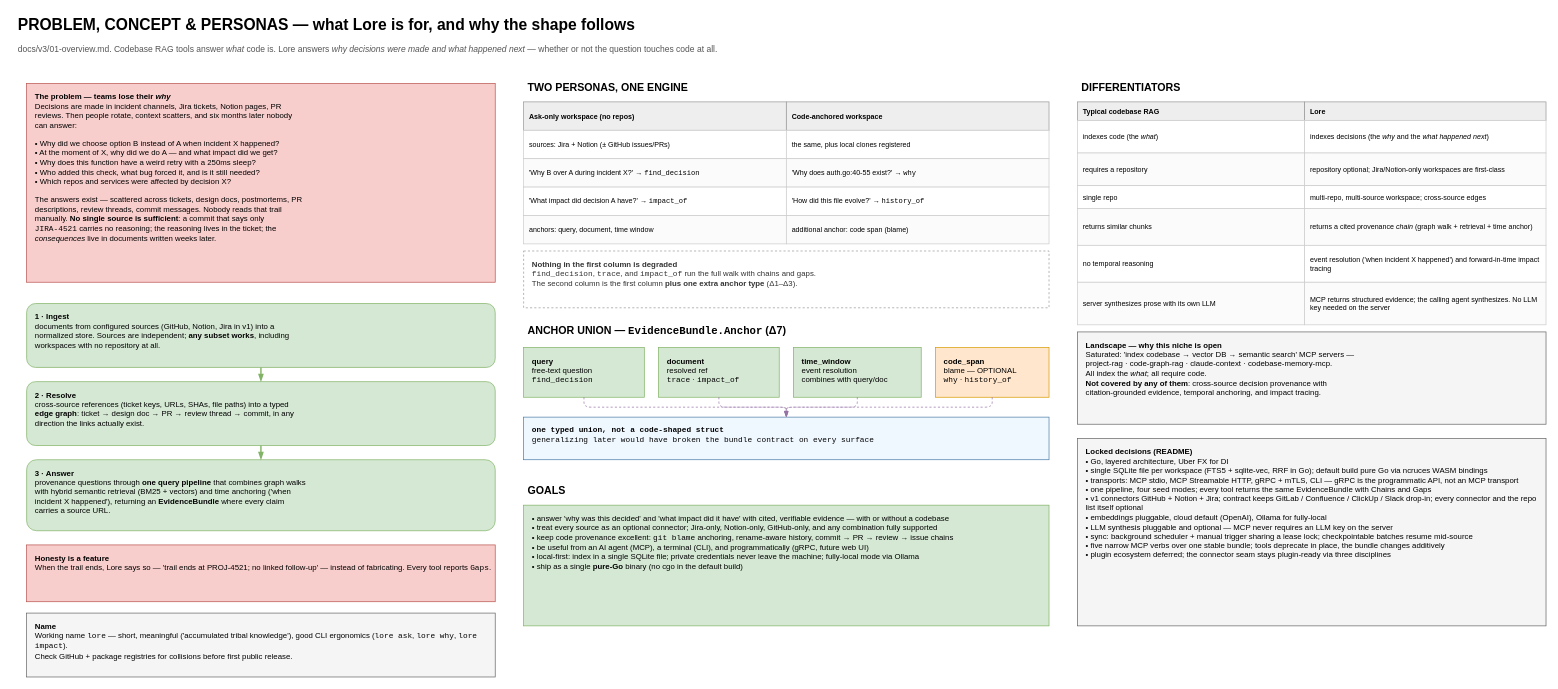
Before: page "2 · Problem & Personas" (2 of 11) of docs/v3/lore-system-design.drawio in setthasit/Lore, a draw.io diagram. Source tidied: cells renumbered, new cells numbered last; positions are measured from the earlier drawing's top-left corner, leaving out a move shared by most shapes. Both pictures are drawn from the tidied source at 71%, with x=0, y=0 at pixel (12, 12).
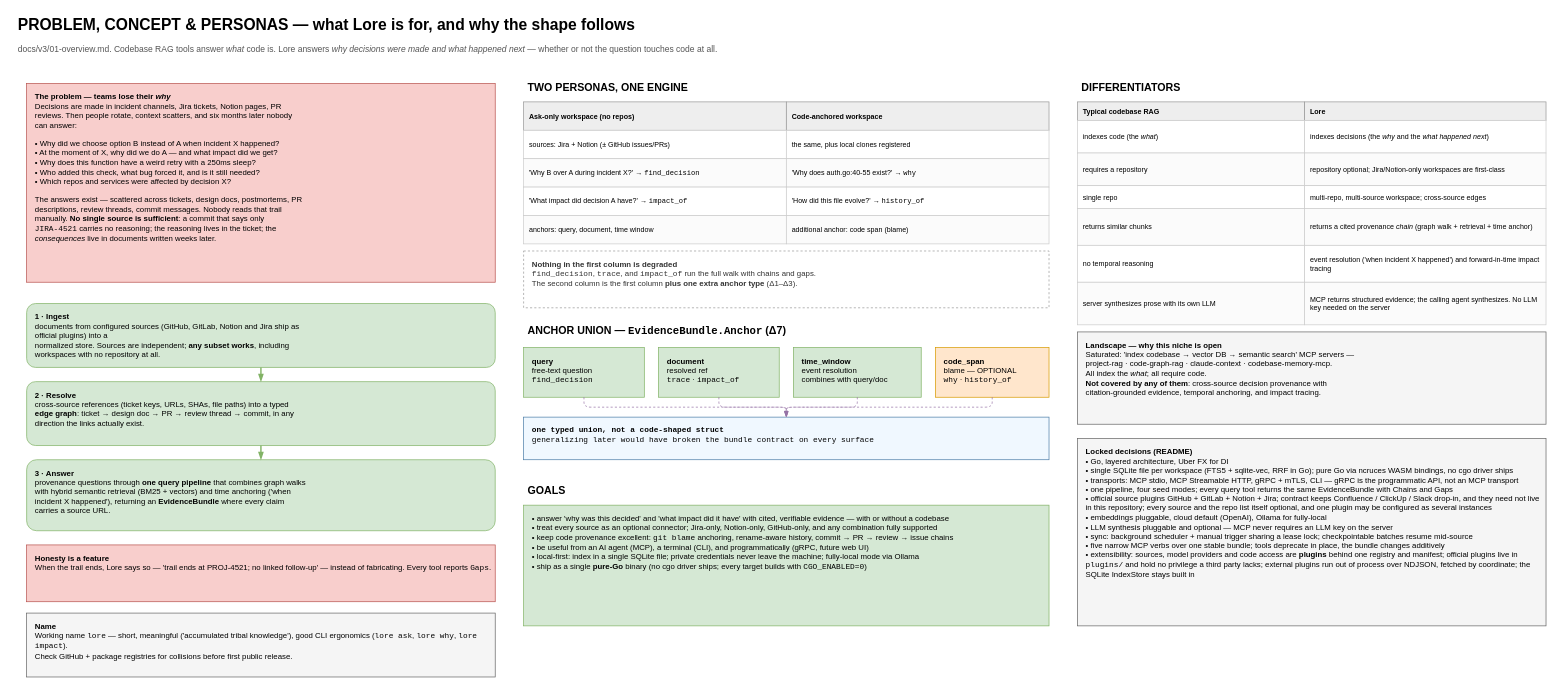
Above is the later version.

What changed in the source:
```diff
@@
-    <mxCell id="5" value="&lt;b&gt;1 · Ingest&lt;/b&gt;&lt;br&gt;documents from configured sources (GitHub, Notion, Jira in v1) into a&lt;br&gt;normalized store. Sources are independent; &lt;b&gt;any subset works&lt;/b&gt;, including&lt;br&gt;workspaces with no repository at all." style="rounded=1;arcSize=14;whiteSpace=wrap;html=1;align=left;verticalAlign=top;spacing=4;spacingLeft=8;spacingTop=4;fontSize=11;fillColor=#d5e8d4;strokeColor=#82b366;" parent="1" vertex="1">
+    <mxCell id="5" value="&lt;b&gt;1 · Ingest&lt;/b&gt;&lt;br&gt;documents from configured sources (GitHub, GitLab, Notion and Jira ship as&lt;br&gt;official plugins) into a&lt;br&gt;normalized store. Sources are independent; &lt;b&gt;any subset works&lt;/b&gt;, including&lt;br&gt;workspaces with no repository at all." style="rounded=1;arcSize=14;whiteSpace=wrap;html=1;align=left;verticalAlign=top;spacing=4;spacingLeft=8;spacingTop=4;fontSize=11;fillColor=#d5e8d4;strokeColor=#82b366;" parent="1" vertex="1">
       <mxGeometry x="20" y="410" width="660" height="90" as="geometry" />
     </mxCell>
@@
-    <mxCell id="35" value="• answer 'why was this decided' and 'what impact did it have' with cited, verifiable evidence — with or without a codebase&lt;br&gt;• treat every source as an optional connector; Jira-only, Notion-only, GitHub-only, and any combination fully supported&lt;br&gt;• keep code provenance excellent: &lt;font face='Courier New'&gt;git blame&lt;/font&gt; anchoring, rename-aware history, commit → PR → review → issue chains&lt;br&gt;• be useful from an AI agent (MCP), a terminal (CLI), and programmatically (gRPC, future web UI)&lt;br&gt;• local-first: index in a single SQLite file; private credentials never leave the machine; fully-local mode via Ollama&lt;br&gt;• ship as a single &lt;b&gt;pure-Go&lt;/b&gt; binary (no cgo in the default build)" style="rounded=0;whiteSpace=wrap;html=1;align=left;verticalAlign=top;spacing=4;spacingLeft=8;spacingTop=4;fontSize=11;fillColor=#d5e8d4;strokeColor=#82b366;" parent="1" vertex="1">
+    <mxCell id="35" value="• answer 'why was this decided' and 'what impact did it have' with cited, verifiable evidence — with or without a codebase&lt;br&gt;• treat every source as an optional connector; Jira-only, Notion-only, GitHub-only, and any combination fully supported&lt;br&gt;• keep code provenance excellent: &lt;font face='Courier New'&gt;git blame&lt;/font&gt; anchoring, rename-aware history, commit → PR → review → issue chains&lt;br&gt;• be useful from an AI agent (MCP), a terminal (CLI), and programmatically (gRPC, future web UI)&lt;br&gt;• local-first: index in a single SQLite file; private credentials never leave the machine; fully-local mode via Ollama&lt;br&gt;• ship as a single &lt;b&gt;pure-Go&lt;/b&gt; binary (no cgo driver ships; every target builds with &lt;font face='Courier New'&gt;CGO_ENABLED=0&lt;/font&gt;)" style="rounded=0;whiteSpace=wrap;html=1;align=left;verticalAlign=top;spacing=4;spacingLeft=8;spacingTop=4;fontSize=11;fillColor=#d5e8d4;strokeColor=#82b366;" parent="1" vertex="1">
       <mxGeometry x="720" y="694" width="740" height="170" as="geometry" />
     </mxCell>
@@
-    <mxCell id="52" value="&lt;b&gt;Locked decisions (README)&lt;/b&gt;&lt;br&gt;• Go, layered architecture, Uber FX for DI&lt;br&gt;• single SQLite file per workspace (FTS5 + sqlite-vec, RRF in Go); default build pure Go via ncruces WASM bindings&lt;br&gt;• transports: MCP stdio, MCP Streamable HTTP, gRPC + mTLS, CLI — gRPC is the programmatic API, not an MCP transport&lt;br&gt;• one pipeline, four seed modes; every tool returns the same EvidenceBundle with Chains and Gaps&lt;br&gt;• v1 connectors GitHub + Notion + Jira; contract keeps GitLab / Confluence / ClickUp / Slack drop-in; every connector and the repo list itself optional&lt;br&gt;• embeddings pluggable, cloud default (OpenAI), Ollama for fully-local&lt;br&gt;• LLM synthesis pluggable and optional — MCP never requires an LLM key on the server&lt;br&gt;• sync: background scheduler + manual trigger sharing a lease lock; checkpointable batches resume mid-source&lt;br&gt;• five narrow MCP verbs over one stable bundle; tools deprecate in place, the bundle changes additively&lt;br&gt;• plugin ecosystem deferred; the connector seam stays plugin-ready via three disciplines" style="rounded=0;whiteSpace=wrap;html=1;align=left;verticalAlign=top;spacing=4;spacingLeft=8;spacingTop=4;fontSize=11;fillColor=#f5f5f5;strokeColor=#666666;" parent="1" vertex="1">
+    <mxCell id="52" value="&lt;b&gt;Locked decisions (README)&lt;/b&gt;&lt;br&gt;• Go, layered architecture, Uber FX for DI&lt;br&gt;• single SQLite file per workspace (FTS5 + sqlite-vec, RRF in Go); pure Go via ncruces WASM bindings, no cgo driver ships&lt;br&gt;• transports: MCP stdio, MCP Streamable HTTP, gRPC + mTLS, CLI — gRPC is the programmatic API, not an MCP transport&lt;br&gt;• one pipeline, four seed modes; every query tool returns the same EvidenceBundle with Chains and Gaps&lt;br&gt;• official source plugins GitHub + GitLab + Notion + Jira; contract keeps Confluence / ClickUp / Slack drop-in, and they need not live in this repository; every source and the repo list itself optional, and one plugin may be configured as several instances&lt;br&gt;• embeddings pluggable, cloud default (OpenAI), Ollama for fully-local&lt;br&gt;• LLM synthesis pluggable and optional — MCP never requires an LLM key on the server&lt;br&gt;• sync: background scheduler + manual trigger sharing a lease lock; checkpointable batches resume mid-source&lt;br&gt;• five narrow MCP verbs over one stable bundle; tools deprecate in place, the bundle changes additively&lt;br&gt;• extensibility: sources, model providers and code access are &lt;b&gt;plugins&lt;/b&gt; behind one registry and manifest; official plugins live in &lt;font face='Courier New'&gt;plugins/&lt;/font&gt; and hold no privilege a third party lacks; external plugins run out of process over NDJSON, fetched by coordinate; the SQLite IndexStore stays built in" style="rounded=0;whiteSpace=wrap;html=1;align=left;verticalAlign=top;spacing=4;spacingLeft=8;spacingTop=4;fontSize=11;fillColor=#f5f5f5;strokeColor=#666666;" parent="1" vertex="1">
       <mxGeometry x="1500" y="600" width="660" height="264" as="geometry" />
     </mxCell>
```
